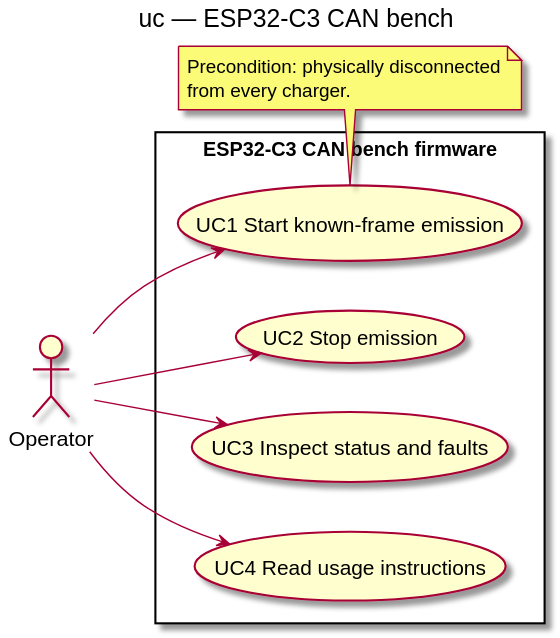
Before: docs/architecture/diagrams/esp32c3-can-bench/01-use-case.svg, a diagram exported from PlantUML (benoit-bremaud/can-sniffer). Its source is kept beside it as docs/architecture/diagrams/esp32c3-can-bench/01-use-case.puml. Its diagram source:
```plantuml
@startuml
title uc — ESP32-C3 CAN bench
left to right direction
actor Operator
rectangle "ESP32-C3 CAN bench firmware" {
  usecase "UC1 Start known-frame emission" as Start
  usecase "UC2 Stop emission" as Stop
  usecase "UC3 Inspect status and faults" as Status
  usecase "UC4 Read usage instructions" as Help
}
Operator --> Start
Operator --> Stop
Operator --> Status
Operator --> Help
note bottom of Start
Precondition: physically disconnected
from every charger.
end note
@enduml
```
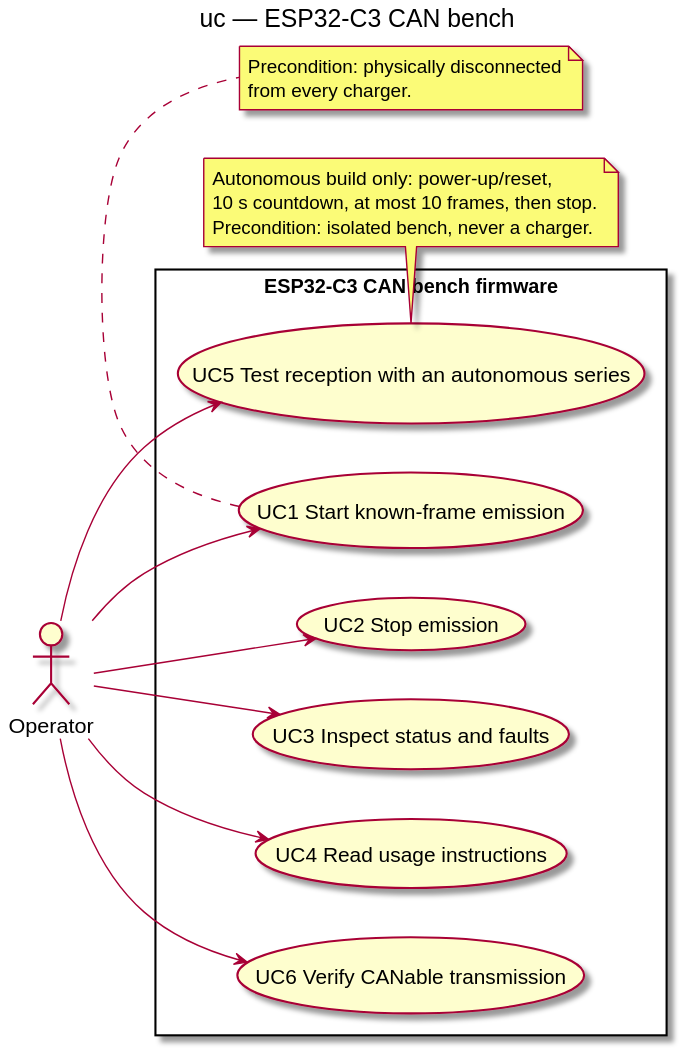
Later version of the same file.

What changed in the source:
```diff
@@ -7,11 +7,20 @@
   usecase "UC2 Stop emission" as Stop
   usecase "UC3 Inspect status and faults" as Status
   usecase "UC4 Read usage instructions" as Help
+  usecase "UC5 Test reception with an autonomous series" as Burst
+  usecase "UC6 Verify CANable transmission" as Receive
 }
 Operator --> Start
 Operator --> Stop
 Operator --> Status
 Operator --> Help
+Operator --> Burst
+Operator --> Receive
+note bottom of Burst
+Autonomous build only: power-up/reset,
+10 s countdown, at most 10 frames, then stop.
+Precondition: isolated bench, never a charger.
+end note
 note bottom of Start
 Precondition: physically disconnected
 from every charger.
```
